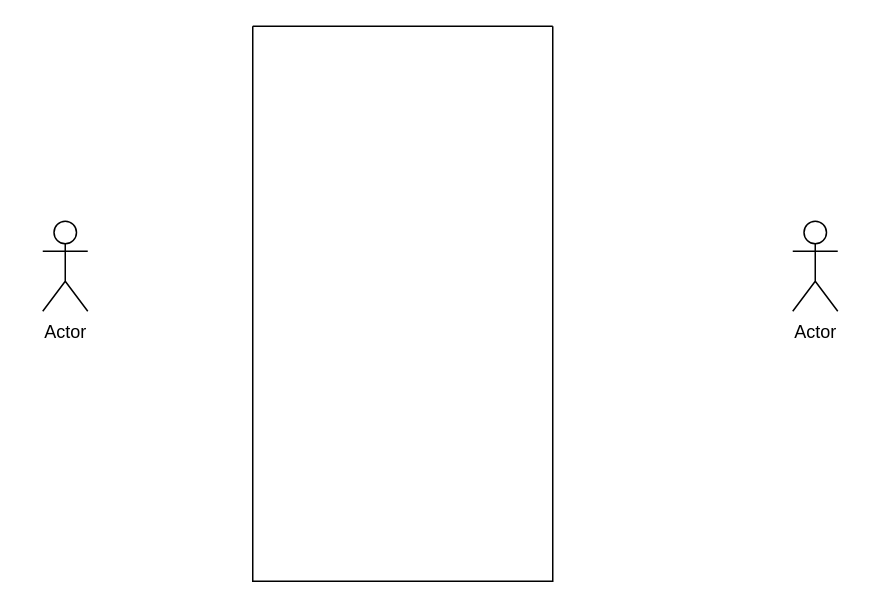
Earlier version of the draw.io diagram WhatsTheStatus/Use Case Diagram.drawio (maikllt/diagrams.net). Source tidied: cells renumbered, new cells numbered last; positions are measured from the earlier drawing's top-left corner, leaving out a move shared by most shapes. Both pictures are drawn from the tidied source at 150%, with x=0, y=0 at pixel (42, 26).
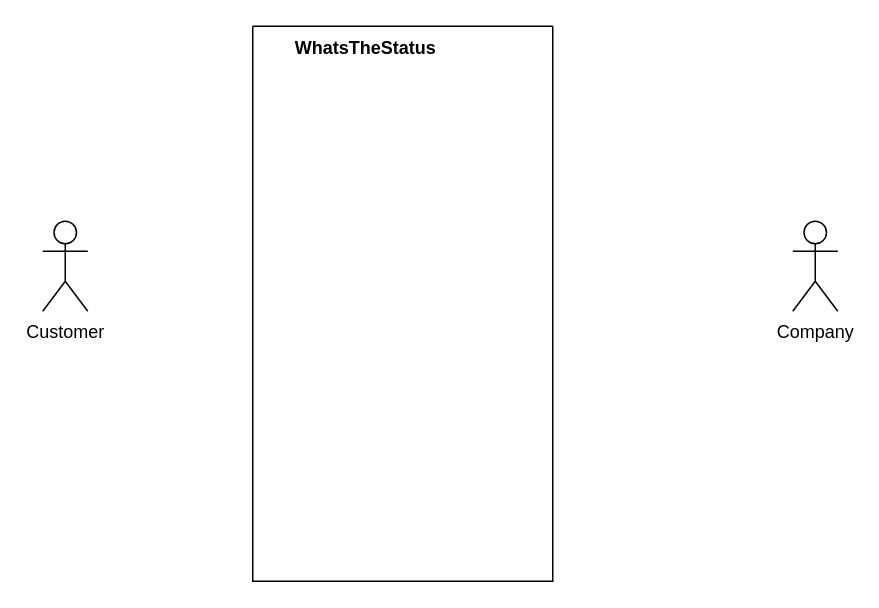
The same diagram, later.

The edit, as a diff of the source:
```diff
@@
 <mxGraphModel>
   <root>
     <mxCell id="0" />
     <mxCell id="1" parent="0" />
-    <mxCell id="2" style="swimlane;startSize=0;" parent="1" vertex="1">
+    <mxCell id="2" style="swimlane;startSize=0;fontStyle=0;" parent="1" vertex="1">
       <mxGeometry x="140" width="200" height="370" as="geometry" />
     </mxCell>
+    <mxCell id="5" value="WhatsTheStatus" style="text;html=1;align=center;verticalAlign=middle;strokeColor=none;fillColor=none;fontStyle=1;" parent="2" vertex="1">
+      <mxGeometry x="15" width="120" height="30" as="geometry" />
+    </mxCell>
-    <mxCell id="3" value="Actor" style="shape=umlActor;verticalLabelPosition=bottom;verticalAlign=top;html=1;" parent="1" vertex="1">
+    <mxCell id="3" value="Customer" style="shape=umlActor;verticalLabelPosition=bottom;verticalAlign=top;html=1;" parent="1" vertex="1">
       <mxGeometry y="130" width="30" height="60" as="geometry" />
     </mxCell>
-    <mxCell id="4" value="Actor" style="shape=umlActor;verticalLabelPosition=bottom;verticalAlign=top;html=1;" parent="1" vertex="1">
+    <mxCell id="4" value="Company" style="shape=umlActor;verticalLabelPosition=bottom;verticalAlign=top;html=1;" parent="1" vertex="1">
       <mxGeometry x="500" y="130" width="30" height="60" as="geometry" />
     </mxCell>
   </root>
 </mxGraphModel>
```
